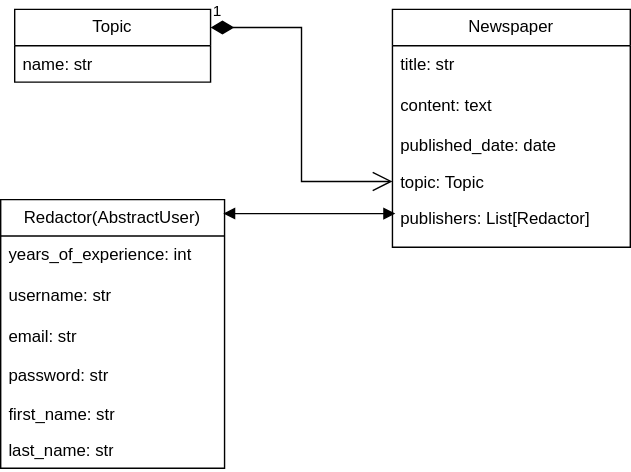
This is newspaper_agency.svg from HalynaRohatska/newspaper_agency, a draw.io export, as it was before one commit. Source tidied: cells renumbered, new cells last; positions are measured from the earlier drawing's top-left corner, leaving out a move shared by most shapes. The source it was exported from:
```xml
<mxGraphModel>
  <root>
    <mxCell id="0" />
    <mxCell id="1" parent="0" />
    <mxCell id="2" value="Newspaper" style="swimlane;fontStyle=0;horizontal=1;startSize=26;fillColor=none;whiteSpace=wrap;html=1;" parent="1" vertex="1">
      <mxGeometry x="280" width="170" height="170" as="geometry" />
    </mxCell>
    <mxCell id="3" value="title: str&lt;br&gt;&lt;br&gt;content: text&lt;br&gt;&lt;br&gt;published_date: date" style="text;strokeColor=none;fillColor=none;align=left;verticalAlign=top;spacingLeft=4;spacingRight=4;overflow=hidden;whiteSpace=wrap;html=1;" parent="2" vertex="1">
      <mxGeometry y="26" width="170" height="84" as="geometry" />
    </mxCell>
    <mxCell id="4" value="topic: Topic" style="text;strokeColor=none;fillColor=none;align=left;verticalAlign=top;spacingLeft=4;spacingRight=4;overflow=hidden;points=[[0,0.5],[1,0.5]];portConstraint=eastwest;whiteSpace=wrap;html=1;" parent="2" vertex="1">
      <mxGeometry y="110" width="170" height="26" as="geometry" />
    </mxCell>
    <mxCell id="5" value="publishers: List[Redactor]" style="text;strokeColor=none;fillColor=none;align=left;verticalAlign=top;spacingLeft=4;spacingRight=4;overflow=hidden;points=[[0,0.5],[1,0.5]];portConstraint=eastwest;whiteSpace=wrap;html=1;" parent="2" vertex="1">
      <mxGeometry y="136" width="170" height="34" as="geometry" />
    </mxCell>
    <mxCell id="6" value="Topic" style="swimlane;fontStyle=0;horizontal=1;startSize=26;fillColor=none;whiteSpace=wrap;html=1;" parent="1" vertex="1">
      <mxGeometry x="10" width="140" height="52" as="geometry" />
    </mxCell>
    <mxCell id="7" value="name: str" style="text;strokeColor=none;fillColor=none;align=left;verticalAlign=top;spacingLeft=4;spacingRight=4;overflow=hidden;whiteSpace=wrap;html=1;" parent="6" vertex="1">
      <mxGeometry y="26" width="140" height="26" as="geometry" />
    </mxCell>
    <mxCell id="8" value="Redactor(AbstractUser)" style="swimlane;fontStyle=0;horizontal=1;startSize=26;fillColor=none;whiteSpace=wrap;html=1;" parent="1" vertex="1">
      <mxGeometry y="136" width="160" height="192" as="geometry" />
    </mxCell>
    <mxCell id="9" value="years_of_experience: int&lt;br&gt;&lt;br&gt;username: str&lt;br&gt;&lt;br&gt;email: str&lt;br&gt;&lt;br&gt;password: str" style="text;strokeColor=none;fillColor=none;align=left;verticalAlign=top;spacingLeft=4;spacingRight=4;overflow=hidden;whiteSpace=wrap;html=1;" parent="8" vertex="1">
      <mxGeometry y="26" width="160" height="114" as="geometry" />
    </mxCell>
    <mxCell id="10" value="first_name: str" style="text;strokeColor=none;fillColor=none;align=left;verticalAlign=top;spacingLeft=4;spacingRight=4;overflow=hidden;whiteSpace=wrap;html=1;" parent="8" vertex="1">
      <mxGeometry y="140" width="160" height="26" as="geometry" />
    </mxCell>
    <mxCell id="11" value="last_name: str" style="text;strokeColor=none;fillColor=none;align=left;verticalAlign=top;spacingLeft=4;spacingRight=4;overflow=hidden;whiteSpace=wrap;html=1;" parent="8" vertex="1">
      <mxGeometry y="166" width="160" height="26" as="geometry" />
    </mxCell>
    <mxCell id="12" value="1" style="endArrow=open;html=1;endSize=12;startArrow=diamondThin;startSize=14;startFill=1;edgeStyle=orthogonalEdgeStyle;align=left;verticalAlign=bottom;rounded=0;exitX=1;exitY=0.25;exitDx=0;exitDy=0;" parent="1" edge="1" source="6" target="4">
      <mxGeometry x="-1" y="3" relative="1" as="geometry" />
    </mxCell>
    <mxCell id="13" style="endArrow=block;startArrow=block;endFill=1;startFill=1;html=1;rounded=0;entryX=0.012;entryY=0.294;entryDx=0;entryDy=0;entryPerimeter=0;exitX=0.994;exitY=0.052;exitDx=0;exitDy=0;exitPerimeter=0;" parent="1" edge="1" source="8" target="5">
      <mxGeometry relative="1" as="geometry" />
    </mxCell>
  </root>
</mxGraphModel>
```
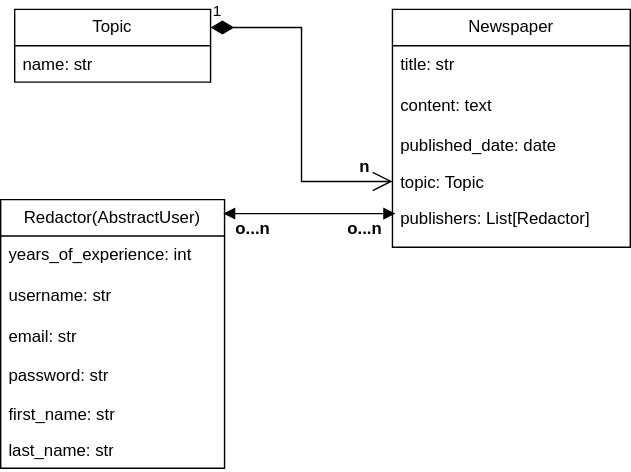
After the commit.

Commit message:
Add Topic model to the project

Change to the diagram source:
```diff
@@ -38,5 +38,14 @@
     <mxCell id="13" style="endArrow=block;startArrow=block;endFill=1;startFill=1;html=1;rounded=0;entryX=0.012;entryY=0.294;entryDx=0;entryDy=0;entryPerimeter=0;exitX=0.994;exitY=0.052;exitDx=0;exitDy=0;exitPerimeter=0;" parent="1" edge="1" source="8" target="5">
       <mxGeometry relative="1" as="geometry" />
     </mxCell>
+    <mxCell id="14" value="o...n" style="text;align=center;fontStyle=1;verticalAlign=middle;spacingLeft=3;spacingRight=3;strokeColor=none;html=1;" parent="1" vertex="1">
+      <mxGeometry x="140" y="144" width="80" height="26" as="geometry" />
+    </mxCell>
+    <mxCell id="15" value="o...n" style="text;align=center;fontStyle=1;verticalAlign=middle;spacingLeft=3;spacingRight=3;strokeColor=none;html=1;" parent="1" vertex="1">
+      <mxGeometry x="220" y="144" width="80" height="26" as="geometry" />
+    </mxCell>
+    <mxCell id="16" value="n" style="text;align=center;fontStyle=1;verticalAlign=middle;spacingLeft=3;spacingRight=3;strokeColor=none;html=1;" parent="1" vertex="1">
+      <mxGeometry x="220" y="100" width="80" height="26" as="geometry" />
+    </mxCell>
   </root>
 </mxGraphModel>
```
